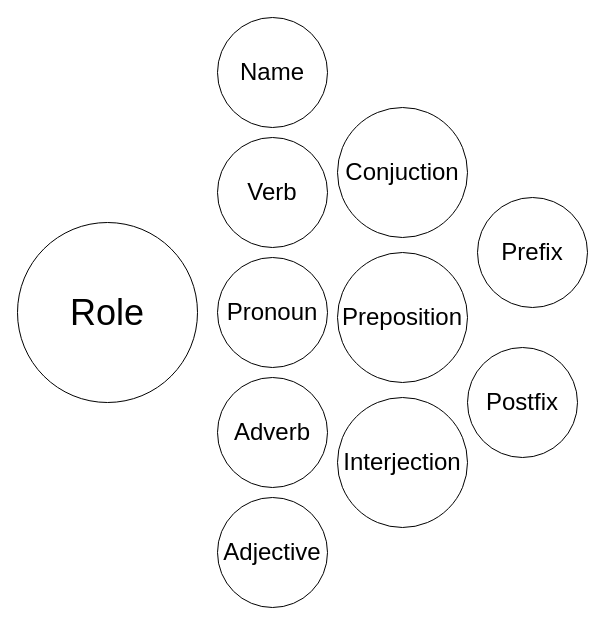
Above: page "AI" (1 of 2) of design/pronon.drawio in kashanimorteza/english_document (draw.io), before the change. Source tidied: cells renumbered, new cells numbered last; positions are measured from the earlier drawing's top-left corner, leaving out a move shared by most shapes. Both pictures are drawn from the tidied source at 100%, with x=0, y=0 at pixel (17, 17).
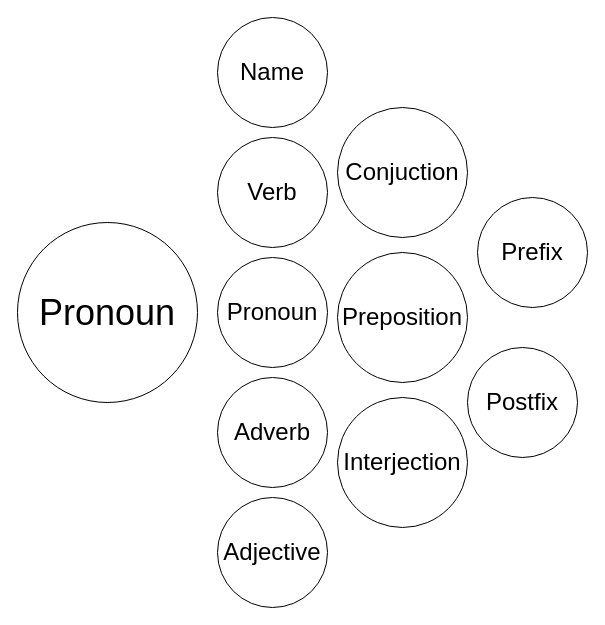
The same diagram, later.

The edit, as a diff of the source:
```diff
@@
 <mxGraphModel>
   <root>
     <mxCell id="0" />
     <mxCell id="1" parent="0" />
-    <mxCell id="2" value="&lt;font style=&quot;font-size: 36px;&quot;&gt;Role&lt;/font&gt;" style="ellipse;whiteSpace=wrap;html=1;" parent="1" vertex="1">
+    <mxCell id="2" value="&lt;font style=&quot;font-size: 36px;&quot;&gt;Pronoun&lt;/font&gt;" style="ellipse;whiteSpace=wrap;html=1;" parent="1" vertex="1">
       <mxGeometry y="205" width="180" height="180" as="geometry" />
     </mxCell>
     <mxCell id="3" value="Adjective" style="ellipse;whiteSpace=wrap;html=1;fontSize=24;" parent="1" vertex="1">
       <mxGeometry x="200" y="480" width="110" height="110" as="geometry" />
     </mxCell>
     <mxCell id="4" value="Pronoun" style="ellipse;whiteSpace=wrap;html=1;fontSize=24;" parent="1" vertex="1">
       <mxGeometry x="200" y="240" width="110" height="110" as="geometry" />
     </mxCell>
     <mxCell id="5" value="Verb" style="ellipse;whiteSpace=wrap;html=1;fontSize=24;" parent="1" vertex="1">
       <mxGeometry x="200" y="120" width="110" height="110" as="geometry" />
     </mxCell>
     <mxCell id="6" value="Adverb" style="ellipse;whiteSpace=wrap;html=1;fontSize=24;" parent="1" vertex="1">
       <mxGeometry x="200" y="360" width="110" height="110" as="geometry" />
     </mxCell>
     <mxCell id="7" value="Name" style="ellipse;whiteSpace=wrap;html=1;strokeColor=default;align=center;verticalAlign=middle;fontFamily=Helvetica;fontSize=24;fontColor=default;fillColor=default;" parent="1" vertex="1">
       <mxGeometry x="200" width="110" height="110" as="geometry" />
     </mxCell>
     <mxCell id="8" value="&lt;span style=&quot;font-size: 24px;&quot;&gt;Prefix&lt;/span&gt;" style="ellipse;whiteSpace=wrap;html=1;" parent="1" vertex="1">
       <mxGeometry x="460" y="180" width="110" height="110" as="geometry" />
     </mxCell>
     <mxCell id="9" value="Postfix" style="ellipse;whiteSpace=wrap;html=1;fontSize=24;" parent="1" vertex="1">
       <mxGeometry x="450" y="330" width="110" height="110" as="geometry" />
     </mxCell>
     <mxCell id="10" value="&lt;span&gt;Preposition&lt;/span&gt;" style="ellipse;whiteSpace=wrap;html=1;strokeColor=default;align=center;verticalAlign=middle;fontFamily=Helvetica;fontSize=24;fontColor=default;fillColor=default;" parent="1" vertex="1">
       <mxGeometry x="320" y="235" width="130" height="130" as="geometry" />
     </mxCell>
     <mxCell id="11" value="&lt;span&gt;Interjection&lt;/span&gt;" style="ellipse;whiteSpace=wrap;html=1;strokeColor=default;align=center;verticalAlign=middle;fontFamily=Helvetica;fontSize=24;fontColor=default;fillColor=default;" parent="1" vertex="1">
       <mxGeometry x="320" y="380" width="130" height="130" as="geometry" />
     </mxCell>
     <mxCell id="12" value="&lt;span&gt;Conjuction&lt;/span&gt;" style="ellipse;whiteSpace=wrap;html=1;strokeColor=default;align=center;verticalAlign=middle;fontFamily=Helvetica;fontSize=24;fontColor=default;fillColor=default;" parent="1" vertex="1">
       <mxGeometry x="320" y="90" width="130" height="130" as="geometry" />
     </mxCell>
   </root>
 </mxGraphModel>
```
